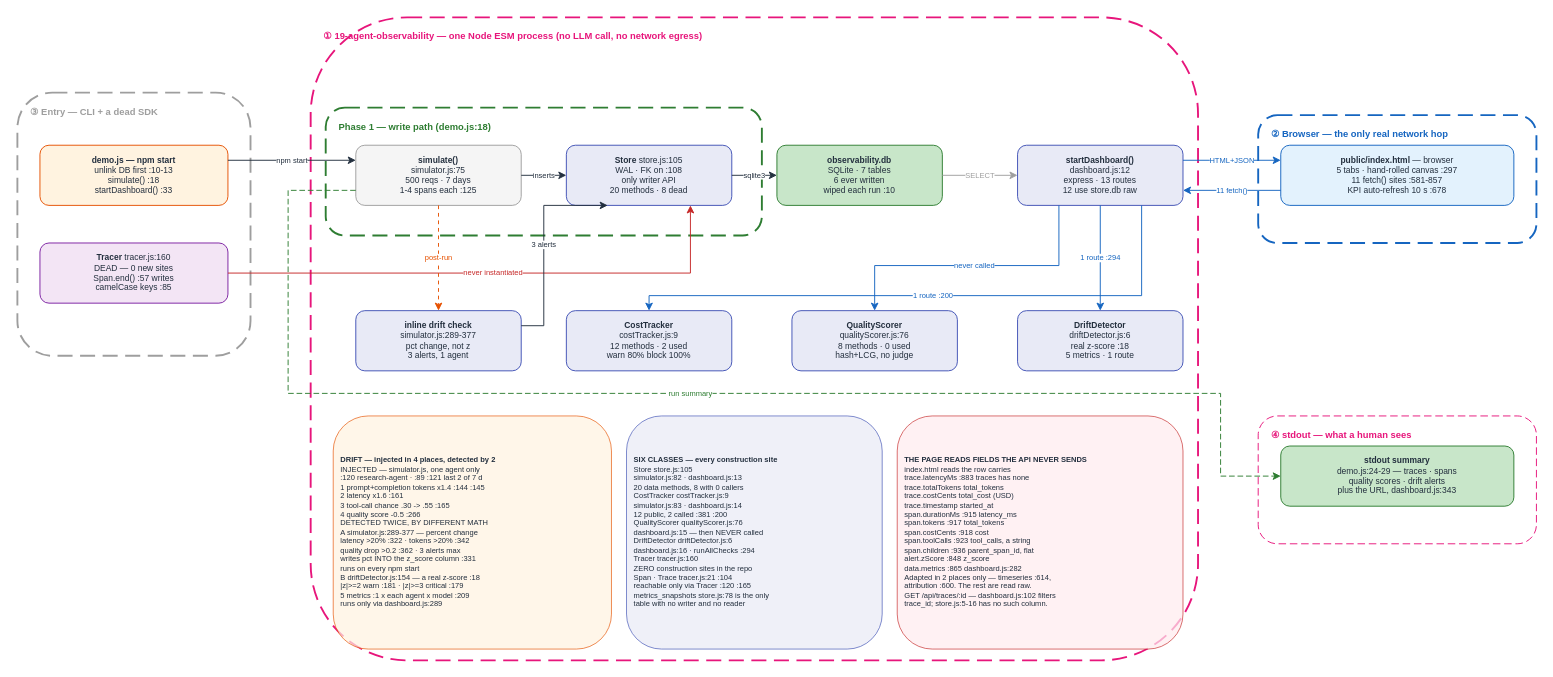
This is docs/diagrams/observability_v1/HOA_Observability_v1.drawio from gmaheshraju/Hands-on-AgenticAI, a draw.io file, before an edit. Source tidied: cells renumbered, new cells numbered last; positions are measured from the earlier drawing's top-left corner, leaving out a move shared by most shapes. Both pictures are drawn from the tidied source at 94%, with x=0, y=0 at pixel (17, 17).
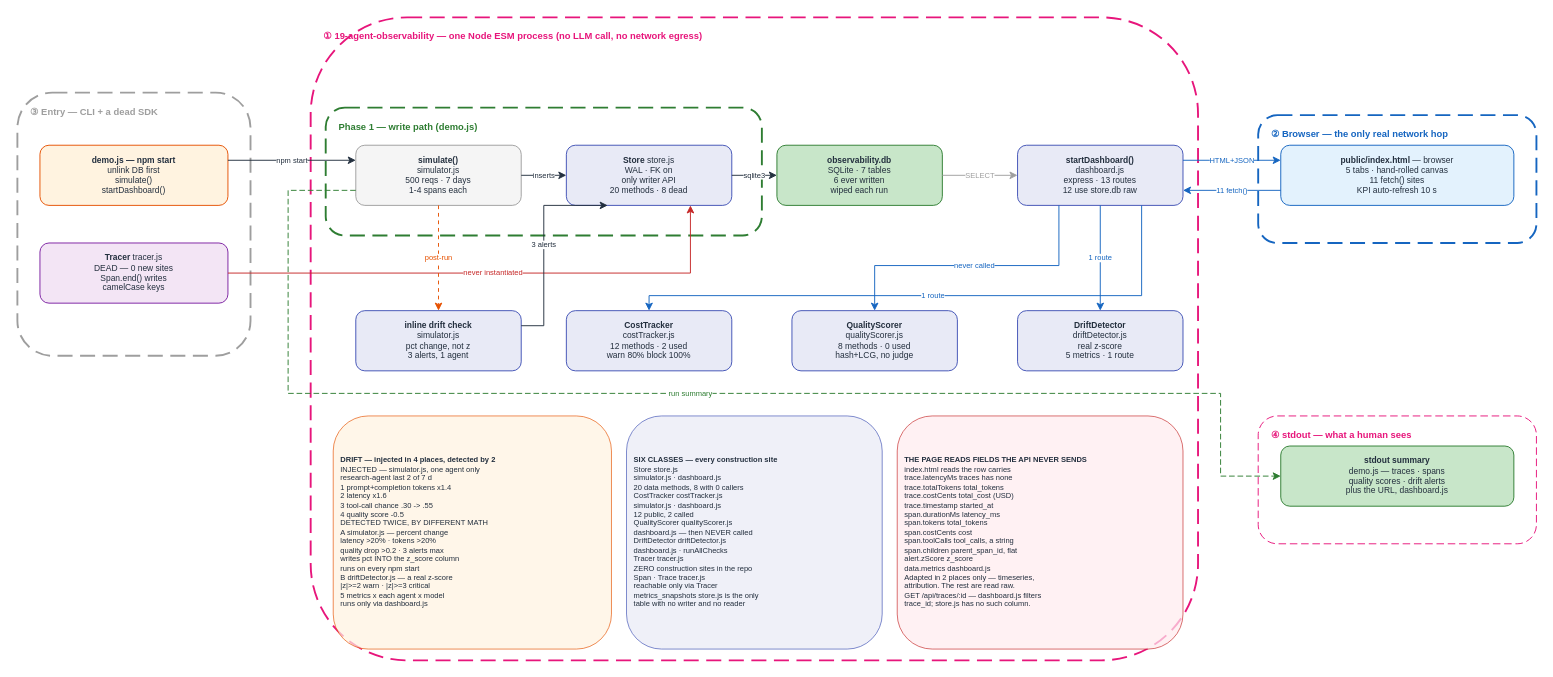
Above is the later version.

The edit, as a diff of the source:
```diff
@@
-    <mxCell id="7" value="Phase 1 — write path (demo.js:18)" style="text;fontSize=10;fontStyle=1;fontColor=#2E7D32;align=left;html=1;whiteSpace=wrap;" parent="1" vertex="1">
+    <mxCell id="7" value="Phase 1 — write path (demo.js)" style="text;fontSize=10;fontStyle=1;fontColor=#2E7D32;align=left;html=1;whiteSpace=wrap;" parent="1" vertex="1">
       <mxGeometry x="340" y="104" width="448" height="16" as="geometry" />
     </mxCell>
@@
-    <mxCell id="12" value="&lt;b&gt;demo.js — npm start&lt;/b&gt;&lt;br&gt;unlink DB first :10-13&lt;br&gt;simulate() :18&lt;br&gt;startDashboard() :33" style="rounded=1;fillColor=#FFF3E0;strokeColor=#E65100;fontSize=9;fontColor=#232F3E;html=1;whiteSpace=wrap;align=center;" parent="1" vertex="1">
+    <mxCell id="12" value="&lt;b&gt;demo.js — npm start&lt;/b&gt;&lt;br&gt;unlink DB first&lt;br&gt;simulate()&lt;br&gt;startDashboard()" style="rounded=1;fillColor=#FFF3E0;strokeColor=#E65100;fontSize=9;fontColor=#232F3E;html=1;whiteSpace=wrap;align=center;" parent="1" vertex="1">
       <mxGeometry x="24" y="136" width="200" height="64" as="geometry" />
     </mxCell>
-    <mxCell id="13" value="&lt;b&gt;Tracer&lt;/b&gt; tracer.js:160&lt;br&gt;DEAD — 0 new sites&lt;br&gt;Span.end() :57 writes&lt;br&gt;camelCase keys :85" style="rounded=1;fillColor=#F3E5F5;strokeColor=#7B1FA2;fontSize=9;fontColor=#232F3E;html=1;whiteSpace=wrap;align=center;" parent="1" vertex="1">
+    <mxCell id="13" value="&lt;b&gt;Tracer&lt;/b&gt; tracer.js&lt;br&gt;DEAD — 0 new sites&lt;br&gt;Span.end() writes&lt;br&gt;camelCase keys" style="rounded=1;fillColor=#F3E5F5;strokeColor=#7B1FA2;fontSize=9;fontColor=#232F3E;html=1;whiteSpace=wrap;align=center;" parent="1" vertex="1">
       <mxGeometry x="24" y="240" width="200" height="64" as="geometry" />
     </mxCell>
-    <mxCell id="14" value="&lt;b&gt;simulate()&lt;/b&gt;&lt;br&gt;simulator.js:75&lt;br&gt;500 reqs · 7 days&lt;br&gt;1-4 spans each :125" style="rounded=1;fillColor=#F5F5F5;strokeColor=#9E9E9E;fontSize=9;fontColor=#232F3E;html=1;whiteSpace=wrap;align=center;" parent="1" vertex="1">
+    <mxCell id="14" value="&lt;b&gt;simulate()&lt;/b&gt;&lt;br&gt;simulator.js&lt;br&gt;500 reqs · 7 days&lt;br&gt;1-4 spans each" style="rounded=1;fillColor=#F5F5F5;strokeColor=#9E9E9E;fontSize=9;fontColor=#232F3E;html=1;whiteSpace=wrap;align=center;" parent="1" vertex="1">
       <mxGeometry x="360" y="136" width="176" height="64" as="geometry" />
     </mxCell>
-    <mxCell id="15" value="&lt;b&gt;Store&lt;/b&gt; store.js:105&lt;br&gt;WAL · FK on :108&lt;br&gt;only writer API&lt;br&gt;20 methods · 8 dead" style="rounded=1;fillColor=#E8EAF6;strokeColor=#3F51B5;fontSize=9;fontColor=#232F3E;html=1;whiteSpace=wrap;align=center;" parent="1" vertex="1">
+    <mxCell id="15" value="&lt;b&gt;Store&lt;/b&gt; store.js&lt;br&gt;WAL · FK on&lt;br&gt;only writer API&lt;br&gt;20 methods · 8 dead" style="rounded=1;fillColor=#E8EAF6;strokeColor=#3F51B5;fontSize=9;fontColor=#232F3E;html=1;whiteSpace=wrap;align=center;" parent="1" vertex="1">
       <mxGeometry x="584" y="136" width="176" height="64" as="geometry" />
     </mxCell>
-    <mxCell id="16" value="&lt;b&gt;observability.db&lt;/b&gt;&lt;br&gt;SQLite · 7 tables&lt;br&gt;6 ever written&lt;br&gt;wiped each run :10" style="rounded=1;fillColor=#C8E6C9;strokeColor=#2E7D32;fontSize=9;fontColor=#232F3E;html=1;whiteSpace=wrap;align=center;" parent="1" vertex="1">
+    <mxCell id="16" value="&lt;b&gt;observability.db&lt;/b&gt;&lt;br&gt;SQLite · 7 tables&lt;br&gt;6 ever written&lt;br&gt;wiped each run" style="rounded=1;fillColor=#C8E6C9;strokeColor=#2E7D32;fontSize=9;fontColor=#232F3E;html=1;whiteSpace=wrap;align=center;" parent="1" vertex="1">
       <mxGeometry x="808" y="136" width="176" height="64" as="geometry" />
     </mxCell>
-    <mxCell id="17" value="&lt;b&gt;startDashboard()&lt;/b&gt;&lt;br&gt;dashboard.js:12&lt;br&gt;express · 13 routes&lt;br&gt;12 use store.db raw" style="rounded=1;fillColor=#E8EAF6;strokeColor=#3F51B5;fontSize=9;fontColor=#232F3E;html=1;whiteSpace=wrap;align=center;" parent="1" vertex="1">
+    <mxCell id="17" value="&lt;b&gt;startDashboard()&lt;/b&gt;&lt;br&gt;dashboard.js&lt;br&gt;express · 13 routes&lt;br&gt;12 use store.db raw" style="rounded=1;fillColor=#E8EAF6;strokeColor=#3F51B5;fontSize=9;fontColor=#232F3E;html=1;whiteSpace=wrap;align=center;" parent="1" vertex="1">
       <mxGeometry x="1064" y="136" width="176" height="64" as="geometry" />
     </mxCell>
-    <mxCell id="18" value="&lt;b&gt;inline drift check&lt;/b&gt;&lt;br&gt;simulator.js:289-377&lt;br&gt;pct change, not z&lt;br&gt;3 alerts, 1 agent" style="rounded=1;fillColor=#E8EAF6;strokeColor=#3F51B5;fontSize=9;fontColor=#232F3E;html=1;whiteSpace=wrap;align=center;" parent="1" vertex="1">
+    <mxCell id="18" value="&lt;b&gt;inline drift check&lt;/b&gt;&lt;br&gt;simulator.js&lt;br&gt;pct change, not z&lt;br&gt;3 alerts, 1 agent" style="rounded=1;fillColor=#E8EAF6;strokeColor=#3F51B5;fontSize=9;fontColor=#232F3E;html=1;whiteSpace=wrap;align=center;" parent="1" vertex="1">
       <mxGeometry x="360" y="312" width="176" height="64" as="geometry" />
     </mxCell>
-    <mxCell id="19" value="&lt;b&gt;CostTracker&lt;/b&gt;&lt;br&gt;costTracker.js:9&lt;br&gt;12 methods · 2 used&lt;br&gt;warn 80% block 100%" style="rounded=1;fillColor=#E8EAF6;strokeColor=#3F51B5;fontSize=9;fontColor=#232F3E;html=1;whiteSpace=wrap;align=center;" parent="1" vertex="1">
+    <mxCell id="19" value="&lt;b&gt;CostTracker&lt;/b&gt;&lt;br&gt;costTracker.js&lt;br&gt;12 methods · 2 used&lt;br&gt;warn 80% block 100%" style="rounded=1;fillColor=#E8EAF6;strokeColor=#3F51B5;fontSize=9;fontColor=#232F3E;html=1;whiteSpace=wrap;align=center;" parent="1" vertex="1">
       <mxGeometry x="584" y="312" width="176" height="64" as="geometry" />
     </mxCell>
-    <mxCell id="20" value="&lt;b&gt;QualityScorer&lt;/b&gt;&lt;br&gt;qualityScorer.js:76&lt;br&gt;8 methods · 0 used&lt;br&gt;hash+LCG, no judge" style="rounded=1;fillColor=#E8EAF6;strokeColor=#3F51B5;fontSize=9;fontColor=#232F3E;html=1;whiteSpace=wrap;align=center;" parent="1" vertex="1">
+    <mxCell id="20" value="&lt;b&gt;QualityScorer&lt;/b&gt;&lt;br&gt;qualityScorer.js&lt;br&gt;8 methods · 0 used&lt;br&gt;hash+LCG, no judge" style="rounded=1;fillColor=#E8EAF6;strokeColor=#3F51B5;fontSize=9;fontColor=#232F3E;html=1;whiteSpace=wrap;align=center;" parent="1" vertex="1">
       <mxGeometry x="824" y="312" width="176" height="64" as="geometry" />
     </mxCell>
-    <mxCell id="21" value="&lt;b&gt;DriftDetector&lt;/b&gt;&lt;br&gt;driftDetector.js:6&lt;br&gt;real z-score :18&lt;br&gt;5 metrics · 1 route" style="rounded=1;fillColor=#E8EAF6;strokeColor=#3F51B5;fontSize=9;fontColor=#232F3E;html=1;whiteSpace=wrap;align=center;" parent="1" vertex="1">
+    <mxCell id="21" value="&lt;b&gt;DriftDetector&lt;/b&gt;&lt;br&gt;driftDetector.js&lt;br&gt;real z-score&lt;br&gt;5 metrics · 1 route" style="rounded=1;fillColor=#E8EAF6;strokeColor=#3F51B5;fontSize=9;fontColor=#232F3E;html=1;whiteSpace=wrap;align=center;" parent="1" vertex="1">
       <mxGeometry x="1064" y="312" width="176" height="64" as="geometry" />
     </mxCell>
-    <mxCell id="22" value="&lt;b&gt;public/index.html&lt;/b&gt; — browser&lt;br&gt;5 tabs · hand-rolled canvas :297&lt;br&gt;11 fetch() sites :581-857&lt;br&gt;KPI auto-refresh 10 s :678" style="rounded=1;fillColor=#E3F2FD;strokeColor=#1565C0;fontSize=9;fontColor=#232F3E;html=1;whiteSpace=wrap;align=center;" parent="1" vertex="1">
+    <mxCell id="22" value="&lt;b&gt;public/index.html&lt;/b&gt; — browser&lt;br&gt;5 tabs · hand-rolled canvas&lt;br&gt;11 fetch() sites&lt;br&gt;KPI auto-refresh 10 s" style="rounded=1;fillColor=#E3F2FD;strokeColor=#1565C0;fontSize=9;fontColor=#232F3E;html=1;whiteSpace=wrap;align=center;" parent="1" vertex="1">
       <mxGeometry x="1344" y="136" width="248" height="64" as="geometry" />
     </mxCell>
-    <mxCell id="23" value="&lt;b&gt;stdout summary&lt;/b&gt;&lt;br&gt;demo.js:24-29 — traces · spans&lt;br&gt;quality scores · drift alerts&lt;br&gt;plus the URL, dashboard.js:343" style="rounded=1;fillColor=#C8E6C9;strokeColor=#2E7D32;fontSize=9;fontColor=#232F3E;html=1;whiteSpace=wrap;align=center;" parent="1" vertex="1">
+    <mxCell id="23" value="&lt;b&gt;stdout summary&lt;/b&gt;&lt;br&gt;demo.js — traces · spans&lt;br&gt;quality scores · drift alerts&lt;br&gt;plus the URL, dashboard.js" style="rounded=1;fillColor=#C8E6C9;strokeColor=#2E7D32;fontSize=9;fontColor=#232F3E;html=1;whiteSpace=wrap;align=center;" parent="1" vertex="1">
       <mxGeometry x="1344" y="456" width="248" height="64" as="geometry" />
     </mxCell>
-    <mxCell id="24" value="&lt;b&gt;DRIFT — injected in 4 places, detected by 2&lt;/b&gt;&lt;br&gt;INJECTED — simulator.js, one agent only&lt;br&gt;  :120 research-agent · :89 :121 last 2 of 7 d&lt;br&gt;  1 prompt+completion tokens x1.4  :144 :145&lt;br&gt;  2 latency x1.6                   :161&lt;br&gt;  3 tool-call chance .30 -&amp;gt; .55    :165&lt;br&gt;  4 quality score -0.5             :266&lt;br&gt;DETECTED TWICE, BY DIFFERENT MATH&lt;br&gt;  A simulator.js:289-377 — percent change&lt;br&gt;    latency &amp;gt;20% :322 · tokens &amp;gt;20% :342&lt;br&gt;    quality drop &amp;gt;0.2 :362 · 3 alerts max&lt;br&gt;    writes pct INTO the z_score column :331&lt;br&gt;    runs on every npm start&lt;br&gt;  B driftDetector.js:154 — a real z-score :18&lt;br&gt;    |z|&amp;gt;=2 warn :181 · |z|&amp;gt;=3 critical :179&lt;br&gt;    5 metrics :1 x each agent x model :209&lt;br&gt;    runs only via dashboard.js:289" style="rounded=1;fillColor=#FFF3E0;strokeColor=#E65100;fontSize=8;fontColor=#232F3E;html=1;whiteSpace=wrap;align=left;spacingLeft=6;opacity=70;" parent="1" vertex="1">
+    <mxCell id="24" value="&lt;b&gt;DRIFT — injected in 4 places, detected by 2&lt;/b&gt;&lt;br&gt;INJECTED — simulator.js, one agent only&lt;br&gt; research-agent last 2 of 7 d&lt;br&gt; 1 prompt+completion tokens x1.4&lt;br&gt; 2 latency x1.6&lt;br&gt; 3 tool-call chance .30 -&amp;gt; .55&lt;br&gt; 4 quality score -0.5&lt;br&gt;DETECTED TWICE, BY DIFFERENT MATH&lt;br&gt; A simulator.js — percent change&lt;br&gt; latency &amp;gt;20% · tokens &amp;gt;20%&lt;br&gt; quality drop &amp;gt;0.2 · 3 alerts max&lt;br&gt; writes pct INTO the z_score column&lt;br&gt; runs on every npm start&lt;br&gt; B driftDetector.js — a real z-score&lt;br&gt; |z|&amp;gt;=2 warn · |z|&amp;gt;=3 critical&lt;br&gt; 5 metrics x each agent x model&lt;br&gt; runs only via dashboard.js" style="rounded=1;fillColor=#FFF3E0;strokeColor=#E65100;fontSize=8;fontColor=#232F3E;html=1;whiteSpace=wrap;align=left;spacingLeft=6;opacity=70;" parent="1" vertex="1">
       <mxGeometry x="336" y="424" width="296" height="248" as="geometry" />
     </mxCell>
-    <mxCell id="25" value="&lt;b&gt;SIX CLASSES — every construction site&lt;/b&gt;&lt;br&gt;Store          store.js:105&lt;br&gt;  simulator.js:82 · dashboard.js:13&lt;br&gt;  20 data methods, 8 with 0 callers&lt;br&gt;CostTracker    costTracker.js:9&lt;br&gt;  simulator.js:83 · dashboard.js:14&lt;br&gt;  12 public, 2 called :381 :200&lt;br&gt;QualityScorer  qualityScorer.js:76&lt;br&gt;  dashboard.js:15 — then NEVER called&lt;br&gt;DriftDetector  driftDetector.js:6&lt;br&gt;  dashboard.js:16 · runAllChecks :294&lt;br&gt;Tracer         tracer.js:160&lt;br&gt;  ZERO construction sites in the repo&lt;br&gt;Span · Trace   tracer.js:21 :104&lt;br&gt;  reachable only via Tracer :120 :165&lt;br&gt;metrics_snapshots store.js:78 is the only&lt;br&gt;table with no writer and no reader" style="rounded=1;fillColor=#E8EAF6;strokeColor=#3F51B5;fontSize=8;fontColor=#232F3E;html=1;whiteSpace=wrap;align=left;spacingLeft=6;opacity=70;" parent="1" vertex="1">
+    <mxCell id="25" value="&lt;b&gt;SIX CLASSES — every construction site&lt;/b&gt;&lt;br&gt;Store store.js&lt;br&gt; simulator.js · dashboard.js&lt;br&gt; 20 data methods, 8 with 0 callers&lt;br&gt;CostTracker costTracker.js&lt;br&gt; simulator.js · dashboard.js&lt;br&gt; 12 public, 2 called&lt;br&gt;QualityScorer qualityScorer.js&lt;br&gt; dashboard.js — then NEVER called&lt;br&gt;DriftDetector driftDetector.js&lt;br&gt; dashboard.js · runAllChecks&lt;br&gt;Tracer tracer.js&lt;br&gt; ZERO construction sites in the repo&lt;br&gt;Span · Trace tracer.js&lt;br&gt; reachable only via Tracer&lt;br&gt;metrics_snapshots store.js is the only&lt;br&gt;table with no writer and no reader" style="rounded=1;fillColor=#E8EAF6;strokeColor=#3F51B5;fontSize=8;fontColor=#232F3E;html=1;whiteSpace=wrap;align=left;spacingLeft=6;opacity=70;" parent="1" vertex="1">
       <mxGeometry x="648" y="424" width="272" height="248" as="geometry" />
     </mxCell>
-    <mxCell id="26" value="&lt;b&gt;THE PAGE READS FIELDS THE API NEVER SENDS&lt;/b&gt;&lt;br&gt;index.html reads          the row carries&lt;br&gt;  trace.latencyMs :883    traces has none&lt;br&gt;  trace.totalTokens       total_tokens&lt;br&gt;  trace.costCents         total_cost (USD)&lt;br&gt;  trace.timestamp         started_at&lt;br&gt;  span.durationMs :915    latency_ms&lt;br&gt;  span.tokens :917        total_tokens&lt;br&gt;  span.costCents :918     cost&lt;br&gt;  span.toolCalls :923     tool_calls, a string&lt;br&gt;  span.children :936      parent_span_id, flat&lt;br&gt;  alert.zScore :848       z_score&lt;br&gt;  data.metrics :865       dashboard.js:282&lt;br&gt;Adapted in 2 places only — timeseries :614,&lt;br&gt;attribution :600. The rest are read raw.&lt;br&gt;GET /api/traces/:id — dashboard.js:102 filters&lt;br&gt;trace_id; store.js:5-16 has no such column." style="rounded=1;fillColor=#FFEBEE;strokeColor=#C62828;fontSize=8;fontColor=#232F3E;html=1;whiteSpace=wrap;align=left;spacingLeft=6;opacity=70;" parent="1" vertex="1">
+    <mxCell id="26" value="&lt;b&gt;THE PAGE READS FIELDS THE API NEVER SENDS&lt;/b&gt;&lt;br&gt;index.html reads the row carries&lt;br&gt; trace.latencyMs traces has none&lt;br&gt; trace.totalTokens total_tokens&lt;br&gt; trace.costCents total_cost (USD)&lt;br&gt; trace.timestamp started_at&lt;br&gt; span.durationMs latency_ms&lt;br&gt; span.tokens total_tokens&lt;br&gt; span.costCents cost&lt;br&gt; span.toolCalls tool_calls, a string&lt;br&gt; span.children parent_span_id, flat&lt;br&gt; alert.zScore z_score&lt;br&gt; data.metrics dashboard.js&lt;br&gt;Adapted in 2 places only — timeseries,&lt;br&gt;attribution. The rest are read raw.&lt;br&gt;GET /api/traces/:id — dashboard.js filters&lt;br&gt;trace_id; store.js has no such column." style="rounded=1;fillColor=#FFEBEE;strokeColor=#C62828;fontSize=8;fontColor=#232F3E;html=1;whiteSpace=wrap;align=left;spacingLeft=6;opacity=70;" parent="1" vertex="1">
       <mxGeometry x="936" y="424" width="304" height="248" as="geometry" />
     </mxCell>
@@
-    <mxCell id="35" value="1 route :200" style="edgeStyle=orthogonalEdgeStyle;rounded=0;html=1;strokeColor=#1565C0;fontColor=#1565C0;fontSize=8;exitX=0.75;exitY=1;exitDx=0;exitDy=0;entryX=0.5;entryY=0;entryDx=0;entryDy=0;" parent="1" edge="1" source="17" target="19">
+    <mxCell id="35" value="1 route" style="edgeStyle=orthogonalEdgeStyle;rounded=0;html=1;strokeColor=#1565C0;fontColor=#1565C0;fontSize=8;exitX=0.75;exitY=1;exitDx=0;exitDy=0;entryX=0.5;entryY=0;entryDx=0;entryDy=0;" parent="1" edge="1" source="17" target="19">
       <mxGeometry relative="1" as="geometry">
         <Array as="points">
           <mxPoint x="1196" y="296" />
           <mxPoint x="672" y="296" />
         </Array>
       </mxGeometry>
     </mxCell>
-    <mxCell id="36" value="1 route :294" style="edgeStyle=orthogonalEdgeStyle;rounded=0;html=1;strokeColor=#1565C0;fontColor=#1565C0;fontSize=8;exitX=0.5;exitY=1;exitDx=0;exitDy=0;entryX=0.5;entryY=0;entryDx=0;entryDy=0;" parent="1" edge="1" source="17" target="21">
+    <mxCell id="36" value="1 route" style="edgeStyle=orthogonalEdgeStyle;rounded=0;html=1;strokeColor=#1565C0;fontColor=#1565C0;fontSize=8;exitX=0.5;exitY=1;exitDx=0;exitDy=0;entryX=0.5;entryY=0;entryDx=0;entryDy=0;" parent="1" edge="1" source="17" target="21">
       <mxGeometry relative="1" as="geometry" />
     </mxCell>
```
